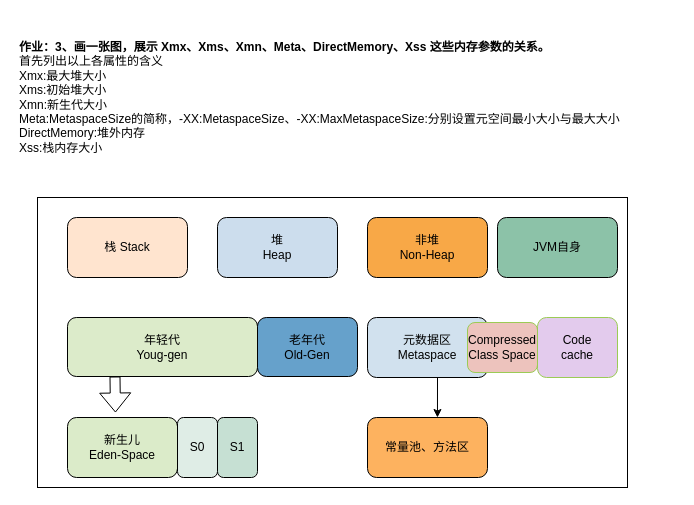
This is Untitled Diagram.drawio from damingqicai/JAVA-000, a draw.io file, before an edit. Source tidied: cells renumbered, new cells numbered last; positions are measured from the earlier drawing's top-left corner, leaving out a move shared by most shapes. Both pictures are drawn from the tidied source at 100%, with x=0, y=0 at pixel (17, 17).
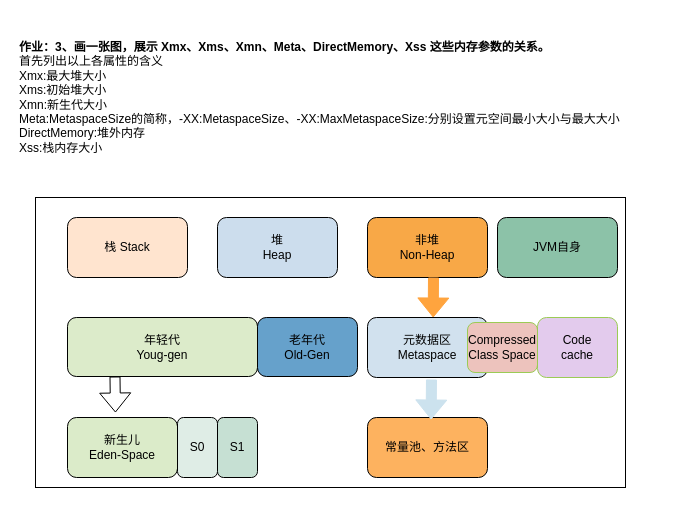
Above is the later version.

Unchanged cells that the change refers to:
```xml
<mxCell id="14" value="常量池、方法区" style="rounded=1;whiteSpace=wrap;html=1;fillColor=#FDB25F;" parent="1" vertex="1">
  <mxGeometry x="350" y="400" width="120" height="60" as="geometry" />
</mxCell>
```

Diff of the diagram source:
```diff
@@
     <mxCell id="3" style="rounded=0;whiteSpace=wrap;html=1;" parent="1" vertex="1">
-      <mxGeometry x="20" y="180" width="590" height="290" as="geometry" />
+      <mxGeometry x="18" y="180" width="590" height="290" as="geometry" />
     </mxCell>
@@
-    <mxCell id="17" style="endArrow=classic;html=1;entryX=0.583;entryY=0;entryDx=0;entryDy=0;entryPerimeter=0;" parent="1" edge="1" target="14">
-      <mxGeometry relative="1" as="geometry">
-        <mxPoint x="420" y="360" as="sourcePoint" />
-      </mxGeometry>
-    </mxCell>
@@
+    <mxCell id="19" style="shape=flexArrow;endArrow=classic;html=1;strokeColor=#FFA43E;fillColor=#FFA43E;" parent="1" edge="1">
+      <mxGeometry relative="1" as="geometry">
+        <mxPoint x="416" y="260" as="sourcePoint" />
+        <mxPoint x="415.7" y="300" as="targetPoint" />
+      </mxGeometry>
+    </mxCell>
+    <mxCell id="20" style="shape=flexArrow;endArrow=classic;html=1;strokeColor=#CCE2EE;fillColor=#CCE2EE;" parent="1" edge="1">
+      <mxGeometry relative="1" as="geometry">
+        <mxPoint x="414" y="362" as="sourcePoint" />
+        <mxPoint x="413.6" y="402" as="targetPoint" />
+      </mxGeometry>
+    </mxCell>
```
